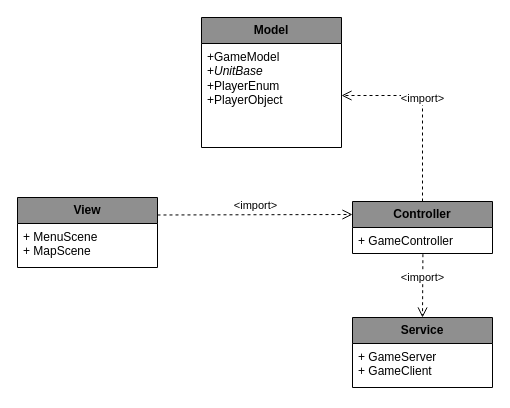
GrG0312/Szakdolgozat keeps this draw.io diagram as page "Package" (1 of 5) of Documents/Diagram/Thesis.drawio. Above is the earlier version. Source tidied: cells renumbered, new cells numbered last; positions are measured from the earlier drawing's top-left corner, leaving out a move shared by most shapes. Both pictures are drawn from the tidied source at 100%, with x=0, y=0 at pixel (17, 17).
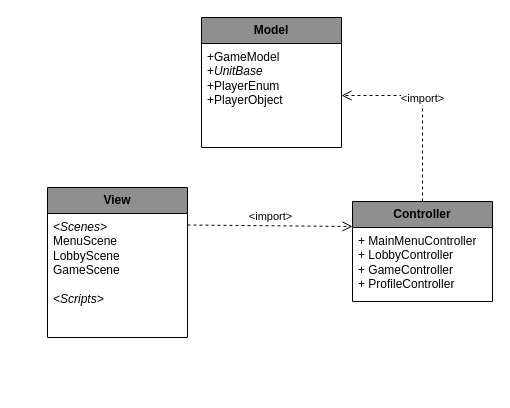
The same page after the edit.

Diff of the diagram source:
```diff
@@
 <mxGraphModel>
   <root>
     <mxCell id="0" />
     <mxCell id="1" parent="0" />
     <mxCell id="2" value="Model" style="swimlane;fontStyle=1;horizontal=1;startSize=26;fillColor=#8f8f8f;whiteSpace=wrap;html=1;" parent="1" vertex="1">
       <mxGeometry x="184" width="140" height="130" as="geometry" />
     </mxCell>
     <mxCell id="3" value="+GameModel&lt;div&gt;+&lt;i&gt;UnitBase&lt;/i&gt;&lt;/div&gt;&lt;div&gt;+PlayerEnum&lt;/div&gt;&lt;div&gt;+PlayerObject&lt;/div&gt;" style="text;strokeColor=none;fillColor=none;align=left;verticalAlign=top;spacingLeft=4;spacingRight=4;overflow=hidden;points=[[0,0.5],[1,0.5]];portConstraint=eastwest;whiteSpace=wrap;html=1;" parent="2" vertex="1">
       <mxGeometry y="26" width="140" height="104" as="geometry" />
     </mxCell>
     <mxCell id="4" value="View" style="swimlane;fontStyle=1;horizontal=1;startSize=26;fillColor=#8f8f8f;whiteSpace=wrap;html=1;" parent="1" vertex="1">
-      <mxGeometry y="180" width="140" height="70" as="geometry" />
+      <mxGeometry x="30" y="170" width="140" height="150" as="geometry" />
     </mxCell>
-    <mxCell id="5" value="+ MenuScene&lt;div&gt;+ MapScene&lt;/div&gt;&lt;div&gt;&lt;br&gt;&lt;/div&gt;" style="text;strokeColor=none;fillColor=none;align=left;verticalAlign=top;spacingLeft=4;spacingRight=4;overflow=hidden;whiteSpace=wrap;html=1;" parent="4" vertex="1">
-      <mxGeometry y="26" width="140" height="44" as="geometry" />
+    <mxCell id="5" value="&lt;div&gt;&lt;i&gt;&amp;lt;Scenes&amp;gt;&lt;/i&gt;&lt;/div&gt;&lt;div&gt;MenuScene&lt;/div&gt;&lt;div&gt;LobbyScene&lt;/div&gt;&lt;div&gt;GameScene&lt;/div&gt;&lt;div&gt;&lt;br&gt;&lt;/div&gt;&lt;div&gt;&lt;i&gt;&amp;lt;Scripts&amp;gt;&lt;/i&gt;&lt;/div&gt;" style="text;strokeColor=none;fillColor=none;align=left;verticalAlign=top;spacingLeft=4;spacingRight=4;overflow=hidden;whiteSpace=wrap;html=1;" parent="4" vertex="1">
+      <mxGeometry y="26" width="140" height="124" as="geometry" />
     </mxCell>
     <mxCell id="6" value="Controller" style="swimlane;fontStyle=1;horizontal=1;startSize=26;fillColor=#8f8f8f;whiteSpace=wrap;html=1;" parent="1" vertex="1">
-      <mxGeometry x="335" y="184" width="140" height="52" as="geometry" />
+      <mxGeometry x="335" y="184" width="140" height="100" as="geometry" />
     </mxCell>
-    <mxCell id="7" value="+ GameController" style="text;strokeColor=none;fillColor=none;align=left;verticalAlign=top;spacingLeft=4;spacingRight=4;overflow=hidden;points=[[0,0.5],[1,0.5]];portConstraint=eastwest;whiteSpace=wrap;html=1;" parent="6" vertex="1">
-      <mxGeometry y="26" width="140" height="26" as="geometry" />
+    <mxCell id="7" value="+ MainMenuController&lt;div&gt;+ LobbyController&lt;/div&gt;&lt;div&gt;+ GameController&lt;/div&gt;&lt;div&gt;+ ProfileController&lt;/div&gt;" style="text;strokeColor=none;fillColor=none;align=left;verticalAlign=top;spacingLeft=4;spacingRight=4;overflow=hidden;points=[[0,0.5],[1,0.5]];portConstraint=eastwest;whiteSpace=wrap;html=1;" parent="6" vertex="1">
+      <mxGeometry y="26" width="140" height="74" as="geometry" />
     </mxCell>
-    <mxCell id="8" value="Service" style="swimlane;fontStyle=1;horizontal=1;startSize=26;fillColor=#8f8f8f;whiteSpace=wrap;html=1;" parent="1" vertex="1">
-      <mxGeometry x="335" y="300" width="140" height="70" as="geometry" />
-    </mxCell>
-    <mxCell id="9" value="+ GameServer&lt;div&gt;+ GameClient&lt;/div&gt;" style="text;strokeColor=none;fillColor=none;align=left;verticalAlign=top;spacingLeft=4;spacingRight=4;overflow=hidden;whiteSpace=wrap;html=1;" parent="8" vertex="1">
-      <mxGeometry y="26" width="140" height="44" as="geometry" />
-    </mxCell>
     <mxCell id="10" value="&amp;lt;import&amp;gt;" style="html=1;verticalAlign=bottom;endArrow=open;dashed=1;endSize=8;curved=0;rounded=0;exitX=1;exitY=0.25;exitDx=0;exitDy=0;entryX=0;entryY=0.25;entryDx=0;entryDy=0;" parent="1" edge="1" source="4" target="6">
       <mxGeometry relative="1" as="geometry" />
     </mxCell>
     <mxCell id="11" value="&amp;lt;import&amp;gt;" style="html=1;verticalAlign=bottom;endArrow=open;dashed=1;endSize=8;curved=0;rounded=0;entryX=1;entryY=0.5;entryDx=0;entryDy=0;exitX=0.5;exitY=0;exitDx=0;exitDy=0;" parent="1" edge="1" source="6" target="3">
       <mxGeometry relative="1" as="geometry">
         <Array as="points">
           <mxPoint x="405" y="78" />
         </Array>
       </mxGeometry>
     </mxCell>
-    <mxCell id="12" value="&amp;lt;import&amp;gt;" style="html=1;verticalAlign=bottom;endArrow=open;dashed=1;endSize=8;curved=0;rounded=0;exitX=0.503;exitY=1.027;exitDx=0;exitDy=0;exitPerimeter=0;entryX=0.5;entryY=0;entryDx=0;entryDy=0;" parent="1" edge="1" source="7" target="8">
-      <mxGeometry relative="1" as="geometry" />
-    </mxCell>
   </root>
 </mxGraphModel>
```
